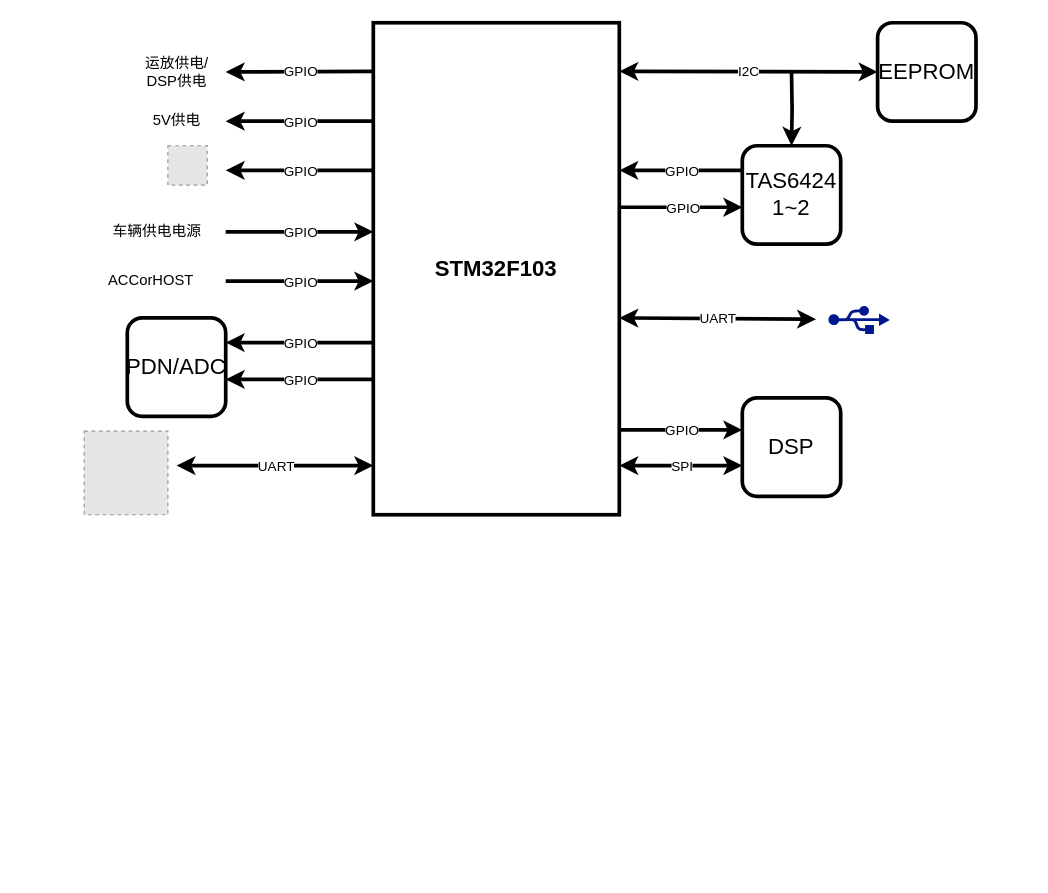
Above: page "MCU_Frame" (1 of 3) of DSP_Frame.drawio in yintianlan/Picture_Draw (draw.io), before the change. Source tidied: cells renumbered, new cells numbered last; positions are measured from the earlier drawing's top-left corner, leaving out a move shared by most shapes. Both pictures are drawn from the tidied source at 123%, with x=0, y=0 at pixel (84, 22). Pictures stored in the file or linked from it are replaced by grey dashed boxes.
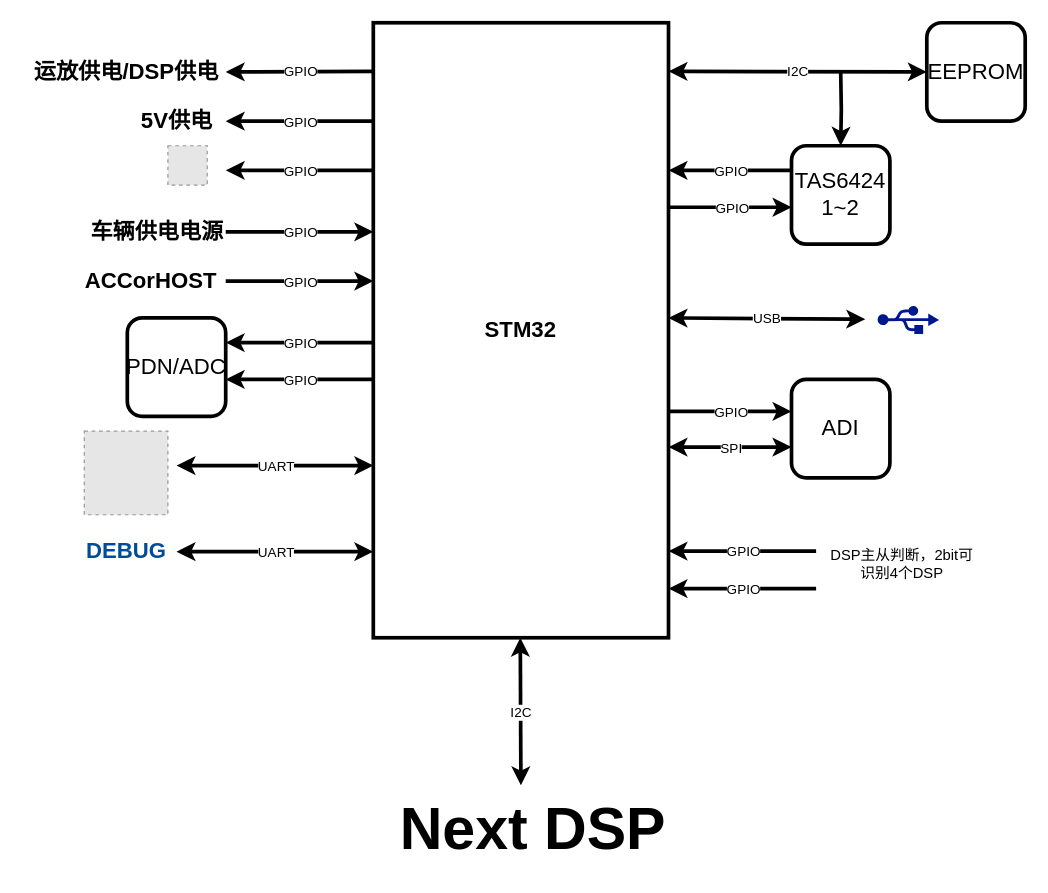
The same page after the edit.

Diff of the diagram source:
```diff
@@
-    <mxCell id="2" value="&lt;font style=&quot;font-size: 18px&quot;&gt;&lt;b&gt;STM32F103&lt;/b&gt;&lt;/font&gt;" style="rounded=0;whiteSpace=wrap;html=1;strokeWidth=3;" parent="1" vertex="1">
-      <mxGeometry x="235" width="200" height="400" as="geometry" />
+    <mxCell id="2" value="&lt;font style=&quot;font-size: 18px&quot;&gt;&lt;b&gt;STM32&lt;/b&gt;&lt;/font&gt;" style="rounded=0;whiteSpace=wrap;html=1;strokeWidth=3;" parent="1" vertex="1">
+      <mxGeometry x="235" width="240" height="500" as="geometry" />
     </mxCell>
-    <mxCell id="3" value="&lt;font style=&quot;font-size: 18px&quot;&gt;DSP&lt;/font&gt;" style="rounded=1;whiteSpace=wrap;html=1;strokeWidth=3;" parent="1" vertex="1">
-      <mxGeometry x="535" y="305" width="80" height="80" as="geometry" />
+    <mxCell id="3" value="&lt;font style=&quot;font-size: 18px&quot;&gt;ADI&lt;/font&gt;" style="rounded=1;whiteSpace=wrap;html=1;strokeWidth=3;" parent="1" vertex="1">
+      <mxGeometry x="575" y="290" width="80" height="80" as="geometry" />
     </mxCell>
     <mxCell id="4" style="endArrow=classic;html=1;strokeWidth=3;startArrow=classic;startFill=1;" parent="1" edge="1">
       <mxGeometry relative="1" as="geometry">
-        <mxPoint x="435" y="360" as="sourcePoint" />
-        <mxPoint x="535" y="360" as="targetPoint" />
+        <mxPoint x="475" y="345" as="sourcePoint" />
+        <mxPoint x="575" y="345" as="targetPoint" />
       </mxGeometry>
     </mxCell>
@@
     <mxCell id="6" style="endArrow=classic;html=1;strokeWidth=3;startArrow=classic;startFill=1;entryX=0;entryY=0.5;entryDx=0;entryDy=0;" parent="1" edge="1" target="30">
       <mxGeometry relative="1" as="geometry">
-        <mxPoint x="435" y="39.5" as="sourcePoint" />
+        <mxPoint x="475" y="39.5" as="sourcePoint" />
       </mxGeometry>
     </mxCell>
@@
     <mxCell id="16" style="endArrow=classic;html=1;strokeWidth=3;startArrow=classic;startFill=1;" parent="1" edge="1">
       <mxGeometry relative="1" as="geometry">
-        <mxPoint x="435" y="240" as="sourcePoint" />
-        <mxPoint x="595" y="241" as="targetPoint" />
+        <mxPoint x="475" y="240" as="sourcePoint" />
+        <mxPoint x="635" y="241" as="targetPoint" />
       </mxGeometry>
     </mxCell>
-    <mxCell id="17" value="UART" style="edgeLabel;html=1;align=center;verticalAlign=middle;" parent="16" vertex="1">
+    <mxCell id="17" value="USB" style="edgeLabel;html=1;align=center;verticalAlign=middle;" parent="16" vertex="1">
       <mxGeometry relative="1" as="geometry" />
     </mxCell>
@@
     <mxCell id="22" style="shadow=0;dashed=0;html=1;strokeColor=none;labelPosition=center;verticalLabelPosition=bottom;verticalAlign=top;align=center;fillColor=#00188D;shape=mxgraph.mscae.enterprise.usb;" parent="1" vertex="1">
-      <mxGeometry x="605" y="230" width="50" height="23" as="geometry" />
+      <mxGeometry x="645" y="230" width="50" height="23" as="geometry" />
     </mxCell>
@@
     <mxCell id="25" style="endArrow=classic;html=1;strokeWidth=3;" parent="1" edge="1">
       <mxGeometry relative="1" as="geometry">
-        <mxPoint x="435" y="150" as="sourcePoint" />
-        <mxPoint x="535" y="150" as="targetPoint" />
+        <mxPoint x="475" y="150" as="sourcePoint" />
+        <mxPoint x="575" y="150" as="targetPoint" />
       </mxGeometry>
     </mxCell>
@@
-    <mxCell id="27" value="ACCorHOST" style="text;html=1;align=center;verticalAlign=middle;" parent="1" vertex="1">
-      <mxGeometry x="14" y="200" width="80" height="20" as="geometry" />
+    <mxCell id="27" value="&lt;b&gt;&lt;font style=&quot;font-size: 18px&quot;&gt;ACCorHOST&lt;/font&gt;&lt;/b&gt;" style="text;html=1;align=center;verticalAlign=middle;" parent="1" vertex="1">
+      <mxGeometry x="-6" y="200" width="120" height="20" as="geometry" />
     </mxCell>
     <mxCell id="28" style="endArrow=classic;html=1;strokeWidth=3;" parent="1" edge="1">
       <mxGeometry relative="1" as="geometry">
-        <mxPoint x="535" y="120" as="sourcePoint" />
-        <mxPoint x="435" y="120" as="targetPoint" />
+        <mxPoint x="575" y="120" as="sourcePoint" />
+        <mxPoint x="475" y="120" as="targetPoint" />
       </mxGeometry>
     </mxCell>
@@
     <mxCell id="30" value="&lt;font style=&quot;font-size: 18px&quot;&gt;EEPROM&lt;/font&gt;" style="rounded=1;whiteSpace=wrap;html=1;strokeWidth=3;" parent="1" vertex="1">
-      <mxGeometry x="645" width="80" height="80" as="geometry" />
+      <mxGeometry x="685" width="80" height="80" as="geometry" />
     </mxCell>
     <mxCell id="31" style="edgeStyle=orthogonalEdgeStyle;rounded=0;jettySize=auto;html=1;exitX=0.5;exitY=0;exitDx=0;exitDy=0;strokeWidth=3;entryX=0.5;entryY=0;entryDx=0;entryDy=0;" parent="1" edge="1" target="32">
       <mxGeometry relative="1" as="geometry">
-        <mxPoint x="575" y="40" as="sourcePoint" />
+        <mxPoint x="615" y="40" as="sourcePoint" />
       </mxGeometry>
     </mxCell>
     <mxCell id="32" value="&lt;font style=&quot;font-size: 18px&quot;&gt;TAS6424&lt;br&gt;1~2&lt;br&gt;&lt;/font&gt;" style="rounded=1;whiteSpace=wrap;html=1;strokeWidth=3;" parent="1" vertex="1">
-      <mxGeometry x="535" y="100" width="80" height="80" as="geometry" />
+      <mxGeometry x="575" y="100" width="80" height="80" as="geometry" />
     </mxCell>
-    <mxCell id="33" value="运放供电/&lt;br&gt;DSP供电" style="text;html=1;align=center;verticalAlign=middle;" parent="1" vertex="1">
-      <mxGeometry x="40" y="25" width="70" height="30" as="geometry" />
+    <mxCell id="33" value="&lt;b style=&quot;font-size: 18px&quot;&gt;运放供电/DSP供电&lt;/b&gt;" style="text;html=1;align=center;verticalAlign=middle;" parent="1" vertex="1">
+      <mxGeometry x="-51" y="30" width="170" height="20" as="geometry" />
     </mxCell>
-    <mxCell id="34" value="5V供电" style="text;html=1;align=center;verticalAlign=middle;" parent="1" vertex="1">
-      <mxGeometry x="50" y="70" width="50" height="20" as="geometry" />
+    <mxCell id="34" value="&lt;b&gt;&lt;font style=&quot;font-size: 18px&quot;&gt;5V供电&lt;/font&gt;&lt;/b&gt;" style="text;html=1;align=center;verticalAlign=middle;" parent="1" vertex="1">
+      <mxGeometry x="40" y="70" width="70" height="20" as="geometry" />
     </mxCell>
@@
-    <mxCell id="37" value="车辆供电电源" style="text;html=1;align=center;verticalAlign=middle;" parent="1" vertex="1">
-      <mxGeometry x="14" y="160" width="90" height="20" as="geometry" />
+    <mxCell id="37" value="&lt;b&gt;&lt;font style=&quot;font-size: 18px&quot;&gt;车辆供电电源&lt;/font&gt;&lt;/b&gt;" style="text;html=1;align=center;verticalAlign=middle;" parent="1" vertex="1">
+      <mxGeometry x="-1" y="160" width="120" height="20" as="geometry" />
     </mxCell>
     <mxCell id="38" style="endArrow=classic;html=1;strokeWidth=3;" parent="1" edge="1">
       <mxGeometry relative="1" as="geometry">
-        <mxPoint x="435" y="331" as="sourcePoint" />
-        <mxPoint x="535" y="331" as="targetPoint" />
+        <mxPoint x="475" y="316" as="sourcePoint" />
+        <mxPoint x="575" y="316" as="targetPoint" />
       </mxGeometry>
     </mxCell>
@@
+    <mxCell id="43" style="endArrow=classic;html=1;strokeWidth=3;startArrow=classic;startFill=1;entryX=0;entryY=0.5;entryDx=0;entryDy=0;" parent="1" edge="1">
+      <mxGeometry relative="1" as="geometry">
+        <mxPoint x="355" y="620" as="sourcePoint" />
+        <mxPoint x="354.5" y="500" as="targetPoint" />
+      </mxGeometry>
+    </mxCell>
+    <mxCell id="44" value="I2C" style="edgeLabel;html=1;align=center;verticalAlign=middle;" parent="43" vertex="1">
+      <mxGeometry relative="1" as="geometry" />
+    </mxCell>
+    <mxCell id="45" style="endArrow=classic;html=1;strokeWidth=3;" parent="1" edge="1">
+      <mxGeometry relative="1" as="geometry">
+        <mxPoint x="595" y="429.5" as="sourcePoint" />
+        <mxPoint x="475" y="429.5" as="targetPoint" />
+      </mxGeometry>
+    </mxCell>
+    <mxCell id="46" value="GPIO" style="edgeLabel;html=1;align=center;verticalAlign=middle;" parent="45" vertex="1">
+      <mxGeometry relative="1" as="geometry" />
+    </mxCell>
+    <mxCell id="47" style="endArrow=classic;html=1;strokeWidth=3;" parent="1" edge="1">
+      <mxGeometry relative="1" as="geometry">
+        <mxPoint x="595" y="460" as="sourcePoint" />
+        <mxPoint x="475" y="460" as="targetPoint" />
+      </mxGeometry>
+    </mxCell>
+    <mxCell id="48" value="GPIO" style="edgeLabel;html=1;align=center;verticalAlign=middle;" parent="47" vertex="1">
+      <mxGeometry relative="1" as="geometry" />
+    </mxCell>
+    <mxCell id="49" value="&lt;span style=&quot;font-size: 48px&quot;&gt;&lt;b&gt;Next DSP&lt;/b&gt;&lt;/span&gt;" style="text;html=1;strokeColor=none;fillColor=none;align=center;verticalAlign=middle;whiteSpace=wrap;rounded=0;" parent="1" vertex="1">
+      <mxGeometry x="205" y="620" width="320" height="70" as="geometry" />
+    </mxCell>
+    <mxCell id="50" style="endArrow=classic;html=1;strokeWidth=3;entryX=0;entryY=0.25;entryDx=0;entryDy=0;startArrow=classic;startFill=1;" parent="1" edge="1">
+      <mxGeometry relative="1" as="geometry">
+        <mxPoint x="75" y="430" as="sourcePoint" />
+        <mxPoint x="235" y="430" as="targetPoint" />
+      </mxGeometry>
+    </mxCell>
+    <mxCell id="51" value="UART" style="edgeLabel;html=1;align=center;verticalAlign=middle;" parent="50" vertex="1">
+      <mxGeometry relative="1" as="geometry" />
+    </mxCell>
+    <mxCell id="52" value="&lt;b&gt;&lt;font style=&quot;font-size: 18px&quot; color=&quot;#004c99&quot;&gt;DEBUG&lt;/font&gt;&lt;/b&gt;" style="text;html=1;align=center;verticalAlign=middle;" parent="1" vertex="1">
+      <mxGeometry x="-6" y="420" width="80" height="20" as="geometry" />
+    </mxCell>
+    <mxCell id="53" value="DSP主从判断，2bit可识别4个DSP" style="text;html=1;strokeColor=none;fillColor=none;align=center;verticalAlign=middle;whiteSpace=wrap;rounded=0;" parent="1" vertex="1">
+      <mxGeometry x="605" y="420" width="120" height="40" as="geometry" />
+    </mxCell>
```
